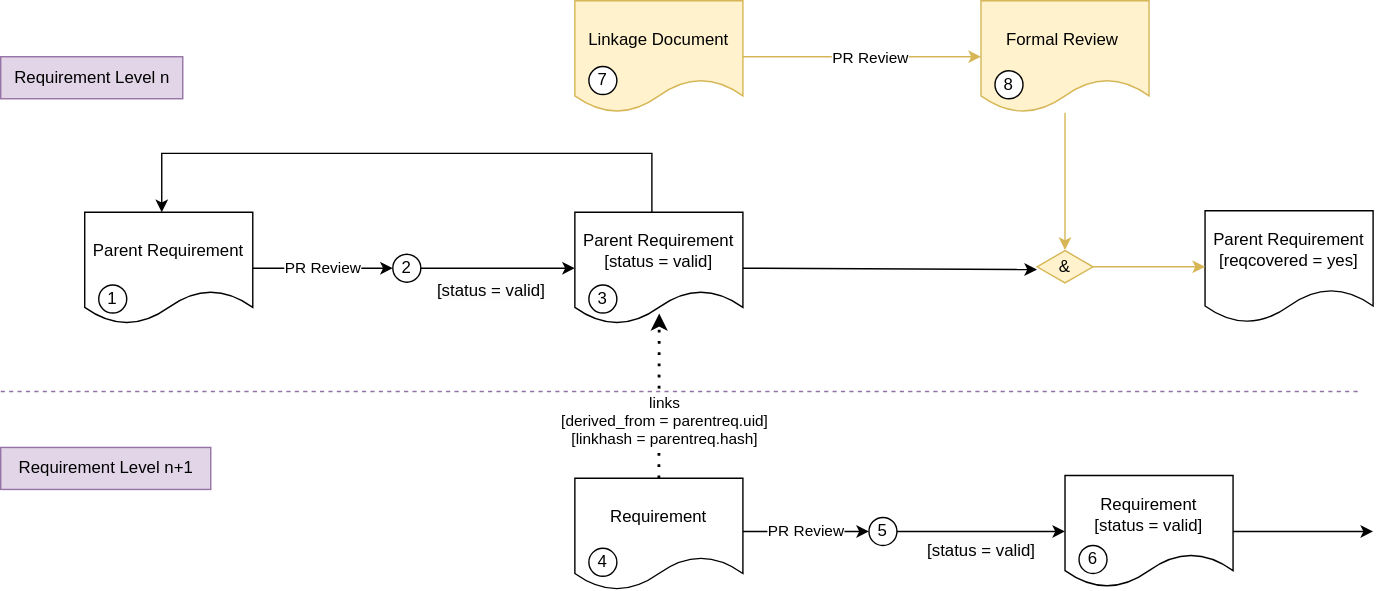
This is main/_images/requirements_workflow.drawio.svg from eclipse-score/process_description, a draw.io export, as it was before one commit. Source tidied: cells renumbered, new cells last; positions are measured from the earlier drawing's top-left corner, leaving out a move shared by most shapes. Its diagram source:
```xml
<mxGraphModel>
  <root>
    <mxCell id="0" />
    <mxCell id="1" parent="0" />
    <mxCell id="2" style="edgeStyle=orthogonalEdgeStyle;rounded=0;jettySize=auto;html=1;fillColor=#fff2cc;strokeColor=#d6b656;entryX=0;entryY=0.5;entryDx=0;entryDy=0;" parent="1" edge="1" source="4" target="32">
      <mxGeometry relative="1" as="geometry" />
    </mxCell>
    <mxCell id="3" value="PR Review" style="edgeLabel;html=1;align=center;verticalAlign=middle;" parent="2" vertex="1">
      <mxGeometry x="0.24" y="-2" relative="1" as="geometry">
        <mxPoint x="-16" y="-2" as="offset" />
      </mxGeometry>
    </mxCell>
    <mxCell id="4" value="Linkage Document" style="shape=document;whiteSpace=wrap;html=1;boundedLbl=1;fillColor=#fff2cc;strokeColor=#d6b656;" parent="1" vertex="1">
      <mxGeometry x="410" width="120" height="80" as="geometry" />
    </mxCell>
    <mxCell id="5" value="Parent Requirement" style="shape=document;whiteSpace=wrap;html=1;boundedLbl=1;" parent="1" vertex="1">
      <mxGeometry x="60" y="151" width="120" height="80" as="geometry" />
    </mxCell>
    <mxCell id="6" style="edgeStyle=orthogonalEdgeStyle;rounded=0;orthogonalLoop=1;jettySize=auto;html=1;entryX=0.5;entryY=0;entryDx=0;entryDy=0;" parent="1" edge="1">
      <mxGeometry relative="1" as="geometry">
        <mxPoint x="465" y="151" as="sourcePoint" />
        <mxPoint x="115" y="151" as="targetPoint" />
        <Array as="points">
          <mxPoint x="465" y="109" />
          <mxPoint x="115" y="109" />
        </Array>
      </mxGeometry>
    </mxCell>
    <mxCell id="7" value="Parent Requirement&lt;br&gt;[status = valid]" style="shape=document;whiteSpace=wrap;html=1;boundedLbl=1;" parent="1" vertex="1">
      <mxGeometry x="410" y="151" width="120" height="80" as="geometry" />
    </mxCell>
    <mxCell id="8" value="PR Review" style="endArrow=classic;html=1;rounded=0;exitX=1;exitY=0.5;exitDx=0;exitDy=0;" parent="1" edge="1" source="5">
      <mxGeometry relative="1" as="geometry">
        <mxPoint x="280" y="191" as="targetPoint" />
      </mxGeometry>
    </mxCell>
    <mxCell id="9" style="endArrow=classic;html=1;rounded=0;exitX=1;exitY=0.5;exitDx=0;exitDy=0;entryX=0;entryY=0.583;entryDx=0;entryDy=0;entryPerimeter=0;" parent="1" edge="1" source="7" target="35">
      <mxGeometry relative="1" as="geometry" />
    </mxCell>
    <mxCell id="10" value="Requirement Level n" style="text;html=1;align=center;verticalAlign=middle;strokeColor=#9673a6;fillColor=#e1d5e7;" parent="1" vertex="1">
      <mxGeometry y="40" width="130" height="30" as="geometry" />
    </mxCell>
    <mxCell id="11" value="Requirement Level n+1" style="text;html=1;align=center;verticalAlign=middle;strokeColor=#9673a6;fillColor=#e1d5e7;" parent="1" vertex="1">
      <mxGeometry y="319" width="150" height="30" as="geometry" />
    </mxCell>
    <mxCell id="12" value="Requirement" style="shape=document;whiteSpace=wrap;html=1;boundedLbl=1;" parent="1" vertex="1">
      <mxGeometry x="410" y="341" width="120" height="80" as="geometry" />
    </mxCell>
    <mxCell id="13" style="edgeStyle=orthogonalEdgeStyle;rounded=0;jettySize=auto;html=1;" parent="1" edge="1" source="14">
      <mxGeometry relative="1" as="geometry">
        <mxPoint x="980" y="379" as="targetPoint" />
      </mxGeometry>
    </mxCell>
    <mxCell id="14" value="Requirement&lt;br&gt;[status = valid]" style="shape=document;whiteSpace=wrap;html=1;boundedLbl=1;" parent="1" vertex="1">
      <mxGeometry x="760" y="339" width="120" height="80" as="geometry" />
    </mxCell>
    <mxCell id="15" style="endArrow=classic;dashed=1;html=1;dashPattern=1 3;strokeWidth=2;rounded=0;exitX=0.5;exitY=0;exitDx=0;exitDy=0;endFill=1;fontStyle=1;entryX=0.502;entryY=0.905;entryDx=0;entryDy=0;entryPerimeter=0;" parent="1" edge="1" source="12" target="7">
      <mxGeometry relative="1" as="geometry" />
    </mxCell>
    <mxCell id="16" value="links&lt;br&gt;[derived_from = parentreq.uid]&lt;br&gt;[linkhash = parentreq.hash]" style="edgeLabel;html=1;align=center;verticalAlign=middle;" parent="15" vertex="1">
      <mxGeometry x="-0.28" y="-3" relative="1" as="geometry" />
    </mxCell>
    <mxCell id="17" value="PR Review" style="endArrow=classic;html=1;rounded=0;exitX=1;exitY=0.5;exitDx=0;exitDy=0;" parent="1" edge="1">
      <mxGeometry relative="1" as="geometry">
        <mxPoint x="530" y="379" as="sourcePoint" />
        <mxPoint x="620" y="379" as="targetPoint" />
      </mxGeometry>
    </mxCell>
    <mxCell id="18" style="endArrow=none;dashed=1;html=1;rounded=0;fillColor=#e1d5e7;strokeColor=#9673a6;" parent="1" edge="1">
      <mxGeometry relative="1" as="geometry">
        <mxPoint y="279" as="sourcePoint" />
        <mxPoint x="970" y="279" as="targetPoint" />
      </mxGeometry>
    </mxCell>
    <mxCell id="19" value="1" style="ellipse;whiteSpace=wrap;html=1;" parent="1" vertex="1">
      <mxGeometry x="70" y="203" width="20" height="20" as="geometry" />
    </mxCell>
    <mxCell id="20" value="3" style="ellipse;whiteSpace=wrap;html=1;" parent="1" vertex="1">
      <mxGeometry x="420" y="203" width="20" height="20" as="geometry" />
    </mxCell>
    <mxCell id="21" value="4" style="ellipse;whiteSpace=wrap;html=1;" parent="1" vertex="1">
      <mxGeometry x="420" y="391" width="20" height="20" as="geometry" />
    </mxCell>
    <mxCell id="22" style="edgeStyle=orthogonalEdgeStyle;rounded=0;jettySize=auto;html=1;" parent="1" edge="1" source="23" target="14">
      <mxGeometry relative="1" as="geometry" />
    </mxCell>
    <mxCell id="23" value="5" style="ellipse;whiteSpace=wrap;html=1;" parent="1" vertex="1">
      <mxGeometry x="620" y="369" width="20" height="20" as="geometry" />
    </mxCell>
    <mxCell id="24" style="edgeStyle=orthogonalEdgeStyle;rounded=0;jettySize=auto;html=1;entryX=0;entryY=0.5;entryDx=0;entryDy=0;exitX=1;exitY=0.5;exitDx=0;exitDy=0;" parent="1" edge="1" source="29" target="7">
      <mxGeometry relative="1" as="geometry" />
    </mxCell>
    <mxCell id="25" value="&lt;span style=&quot;color: rgb(0, 0, 0); font-family: Helvetica; font-size: 12px; font-style: normal; font-variant-ligatures: normal; font-variant-caps: normal; font-weight: 400; letter-spacing: normal; orphans: 2; text-align: center; text-indent: 0px; text-transform: none; widows: 2; word-spacing: 0px; -webkit-text-stroke-width: 0px; background-color: rgb(251, 251, 251); text-decoration-thickness: initial; text-decoration-style: initial; text-decoration-color: initial; float: none; display: inline !important;&quot;&gt;[status = valid]&lt;/span&gt;" style="text;whiteSpace=wrap;html=1;" parent="1" vertex="1">
      <mxGeometry x="310" y="193" width="80" height="30" as="geometry" />
    </mxCell>
    <mxCell id="26" value="&lt;span style=&quot;color: rgb(0, 0, 0); font-family: Helvetica; font-size: 12px; font-style: normal; font-variant-ligatures: normal; font-variant-caps: normal; font-weight: 400; letter-spacing: normal; orphans: 2; text-align: center; text-indent: 0px; text-transform: none; widows: 2; word-spacing: 0px; -webkit-text-stroke-width: 0px; background-color: rgb(251, 251, 251); text-decoration-thickness: initial; text-decoration-style: initial; text-decoration-color: initial; float: none; display: inline !important;&quot;&gt;[status = valid]&lt;/span&gt;" style="text;whiteSpace=wrap;html=1;" parent="1" vertex="1">
      <mxGeometry x="660" y="379" width="80" height="30" as="geometry" />
    </mxCell>
    <mxCell id="27" value="6" style="ellipse;whiteSpace=wrap;html=1;" parent="1" vertex="1">
      <mxGeometry x="770" y="389" width="20" height="20" as="geometry" />
    </mxCell>
    <mxCell id="28" value="7" style="ellipse;whiteSpace=wrap;html=1;" parent="1" vertex="1">
      <mxGeometry x="420" y="47" width="20" height="20" as="geometry" />
    </mxCell>
    <mxCell id="29" value="2" style="ellipse;whiteSpace=wrap;html=1;" parent="1" vertex="1">
      <mxGeometry x="280" y="181" width="20" height="20" as="geometry" />
    </mxCell>
    <mxCell id="30" value="Parent Requirement&lt;br&gt;[reqcovered&amp;nbsp;= yes]" style="shape=document;whiteSpace=wrap;html=1;boundedLbl=1;" parent="1" vertex="1">
      <mxGeometry x="860" y="150" width="120" height="80" as="geometry" />
    </mxCell>
    <mxCell id="31" style="edgeStyle=orthogonalEdgeStyle;rounded=0;jettySize=auto;html=1;fillColor=#fff2cc;strokeColor=#d6b656;" parent="1" edge="1" source="32" target="35">
      <mxGeometry relative="1" as="geometry" />
    </mxCell>
    <mxCell id="32" value="Formal Review&amp;nbsp;" style="shape=document;whiteSpace=wrap;html=1;boundedLbl=1;fillColor=#fff2cc;strokeColor=#d6b656;" parent="1" vertex="1">
      <mxGeometry x="700" width="120" height="80" as="geometry" />
    </mxCell>
    <mxCell id="33" value="8" style="ellipse;whiteSpace=wrap;html=1;" parent="1" vertex="1">
      <mxGeometry x="710" y="50" width="20" height="20" as="geometry" />
    </mxCell>
    <mxCell id="34" style="edgeStyle=orthogonalEdgeStyle;rounded=0;jettySize=auto;html=1;fillColor=#fff2cc;strokeColor=#d6b656;" parent="1" edge="1" source="35" target="30">
      <mxGeometry relative="1" as="geometry" />
    </mxCell>
    <mxCell id="35" value="&amp;amp;" style="html=1;whiteSpace=wrap;shape=isoRectangle;fillColor=#fff2cc;strokeColor=#d6b656;" parent="1" vertex="1">
      <mxGeometry x="740" y="178" width="40" height="24" as="geometry" />
    </mxCell>
  </root>
</mxGraphModel>
```
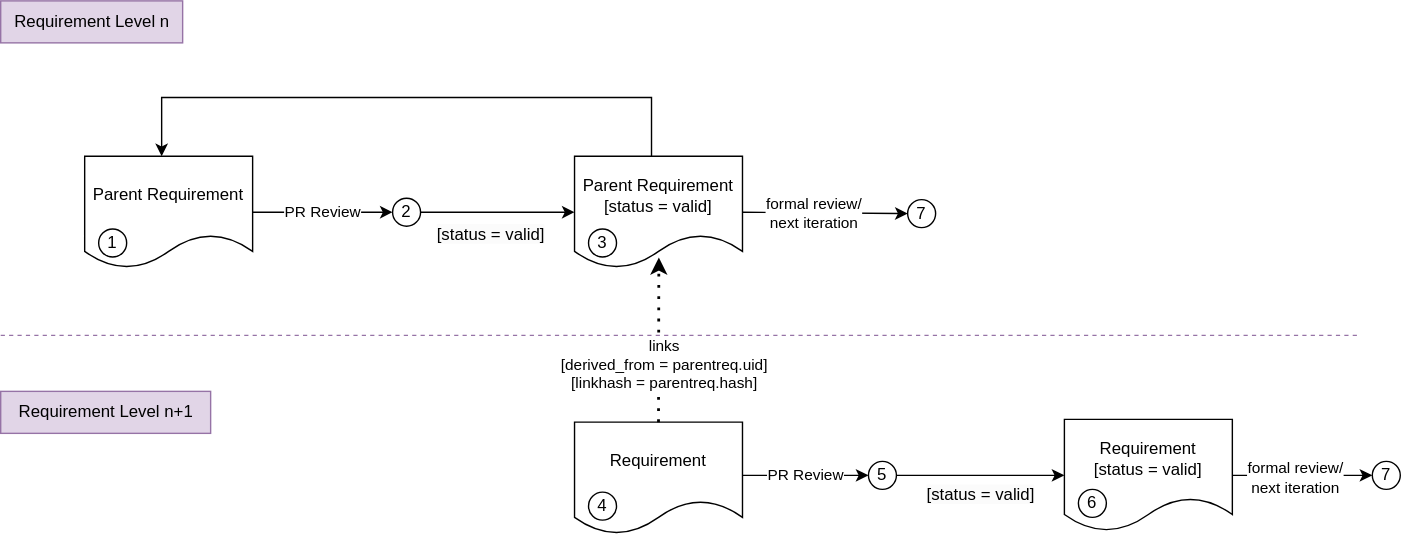
The same file after the commit.

The edit, as a diff of the source:
```diff
@@ -2,17 +2,6 @@
   <root>
     <mxCell id="0" />
     <mxCell id="1" parent="0" />
-    <mxCell id="2" style="edgeStyle=orthogonalEdgeStyle;rounded=0;jettySize=auto;html=1;fillColor=#fff2cc;strokeColor=#d6b656;entryX=0;entryY=0.5;entryDx=0;entryDy=0;" parent="1" edge="1" source="4" target="32">
-      <mxGeometry relative="1" as="geometry" />
-    </mxCell>
-    <mxCell id="3" value="PR Review" style="edgeLabel;html=1;align=center;verticalAlign=middle;" parent="2" vertex="1">
-      <mxGeometry x="0.24" y="-2" relative="1" as="geometry">
-        <mxPoint x="-16" y="-2" as="offset" />
-      </mxGeometry>
-    </mxCell>
-    <mxCell id="4" value="Linkage Document" style="shape=document;whiteSpace=wrap;html=1;boundedLbl=1;fillColor=#fff2cc;strokeColor=#d6b656;" parent="1" vertex="1">
-      <mxGeometry x="410" width="120" height="80" as="geometry" />
-    </mxCell>
     <mxCell id="5" value="Parent Requirement" style="shape=document;whiteSpace=wrap;html=1;boundedLbl=1;" parent="1" vertex="1">
       <mxGeometry x="60" y="151" width="120" height="80" as="geometry" />
     </mxCell>
@@ -34,9 +23,14 @@
         <mxPoint x="280" y="191" as="targetPoint" />
       </mxGeometry>
     </mxCell>
-    <mxCell id="9" style="endArrow=classic;html=1;rounded=0;exitX=1;exitY=0.5;exitDx=0;exitDy=0;entryX=0;entryY=0.583;entryDx=0;entryDy=0;entryPerimeter=0;" parent="1" edge="1" source="7" target="35">
+    <mxCell id="9" style="endArrow=classic;html=1;rounded=0;exitX=1;exitY=0.5;exitDx=0;exitDy=0;entryX=0;entryY=0.5;entryDx=0;entryDy=0;" parent="1" edge="1" source="7" target="38">
       <mxGeometry relative="1" as="geometry" />
     </mxCell>
+    <mxCell id="36" value="formal review/&lt;br&gt;next iteration" style="edgeLabel;html=1;align=center;verticalAlign=middle;" parent="9" vertex="1">
+      <mxGeometry x="-0.14" y="-2" relative="1" as="geometry">
+        <mxPoint y="-2" as="offset" />
+      </mxGeometry>
+    </mxCell>
     <mxCell id="10" value="Requirement Level n" style="text;html=1;align=center;verticalAlign=middle;strokeColor=#9673a6;fillColor=#e1d5e7;" parent="1" vertex="1">
       <mxGeometry y="40" width="130" height="30" as="geometry" />
     </mxCell>
@@ -46,11 +40,12 @@
     <mxCell id="12" value="Requirement" style="shape=document;whiteSpace=wrap;html=1;boundedLbl=1;" parent="1" vertex="1">
       <mxGeometry x="410" y="341" width="120" height="80" as="geometry" />
     </mxCell>
-    <mxCell id="13" style="edgeStyle=orthogonalEdgeStyle;rounded=0;jettySize=auto;html=1;" parent="1" edge="1" source="14">
-      <mxGeometry relative="1" as="geometry">
-        <mxPoint x="980" y="379" as="targetPoint" />
-      </mxGeometry>
+    <mxCell id="13" style="edgeStyle=orthogonalEdgeStyle;rounded=0;jettySize=auto;html=1;entryX=0;entryY=0.5;entryDx=0;entryDy=0;" parent="1" edge="1" source="14" target="39">
+      <mxGeometry relative="1" as="geometry" />
     </mxCell>
+    <mxCell id="37" value="formal review/&lt;br&gt;next iteration" style="edgeLabel;html=1;align=center;verticalAlign=middle;" parent="13" vertex="1">
+      <mxGeometry x="-0.12" y="-1" relative="1" as="geometry" />
+    </mxCell>
     <mxCell id="14" value="Requirement&lt;br&gt;[status = valid]" style="shape=document;whiteSpace=wrap;html=1;boundedLbl=1;" parent="1" vertex="1">
       <mxGeometry x="760" y="339" width="120" height="80" as="geometry" />
     </mxCell>
@@ -99,29 +94,14 @@
     <mxCell id="27" value="6" style="ellipse;whiteSpace=wrap;html=1;" parent="1" vertex="1">
       <mxGeometry x="770" y="389" width="20" height="20" as="geometry" />
     </mxCell>
-    <mxCell id="28" value="7" style="ellipse;whiteSpace=wrap;html=1;" parent="1" vertex="1">
-      <mxGeometry x="420" y="47" width="20" height="20" as="geometry" />
-    </mxCell>
     <mxCell id="29" value="2" style="ellipse;whiteSpace=wrap;html=1;" parent="1" vertex="1">
       <mxGeometry x="280" y="181" width="20" height="20" as="geometry" />
     </mxCell>
-    <mxCell id="30" value="Parent Requirement&lt;br&gt;[reqcovered&amp;nbsp;= yes]" style="shape=document;whiteSpace=wrap;html=1;boundedLbl=1;" parent="1" vertex="1">
-      <mxGeometry x="860" y="150" width="120" height="80" as="geometry" />
-    </mxCell>
-    <mxCell id="31" style="edgeStyle=orthogonalEdgeStyle;rounded=0;jettySize=auto;html=1;fillColor=#fff2cc;strokeColor=#d6b656;" parent="1" edge="1" source="32" target="35">
-      <mxGeometry relative="1" as="geometry" />
-    </mxCell>
-    <mxCell id="32" value="Formal Review&amp;nbsp;" style="shape=document;whiteSpace=wrap;html=1;boundedLbl=1;fillColor=#fff2cc;strokeColor=#d6b656;" parent="1" vertex="1">
-      <mxGeometry x="700" width="120" height="80" as="geometry" />
-    </mxCell>
-    <mxCell id="33" value="8" style="ellipse;whiteSpace=wrap;html=1;" parent="1" vertex="1">
-      <mxGeometry x="710" y="50" width="20" height="20" as="geometry" />
-    </mxCell>
-    <mxCell id="34" style="edgeStyle=orthogonalEdgeStyle;rounded=0;jettySize=auto;html=1;fillColor=#fff2cc;strokeColor=#d6b656;" parent="1" edge="1" source="35" target="30">
-      <mxGeometry relative="1" as="geometry" />
-    </mxCell>
-    <mxCell id="35" value="&amp;amp;" style="html=1;whiteSpace=wrap;shape=isoRectangle;fillColor=#fff2cc;strokeColor=#d6b656;" parent="1" vertex="1">
-      <mxGeometry x="740" y="178" width="40" height="24" as="geometry" />
-    </mxCell>
+    <mxCell id="38" value="7" style="ellipse;whiteSpace=wrap;html=1;" parent="1" vertex="1">
+      <mxGeometry x="648" y="182" width="20" height="20" as="geometry" />
+    </mxCell>
+    <mxCell id="39" value="7" style="ellipse;whiteSpace=wrap;html=1;" parent="1" vertex="1">
+      <mxGeometry x="980" y="369" width="20" height="20" as="geometry" />
+    </mxCell>
   </root>
 </mxGraphModel>
```
